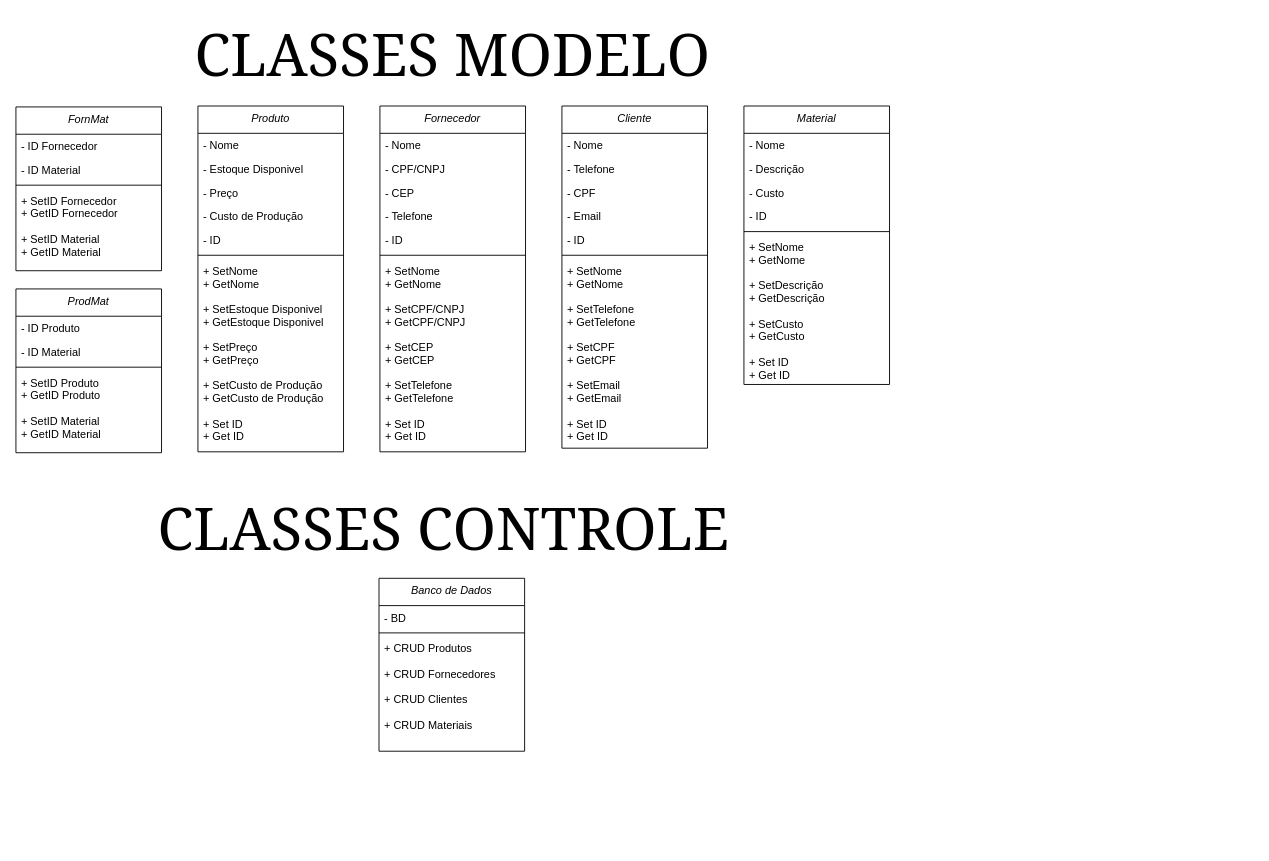
Above: DOC/classe.drawio in ArthurCostaVieiraSesi/trabalhoDS (draw.io), before the change. Source tidied: cells renumbered, new cells numbered last; positions are measured from the earlier drawing's top-left corner, leaving out a move shared by most shapes. Both pictures are drawn from the tidied source at 91%, with x=0, y=0 at pixel (15, 23).
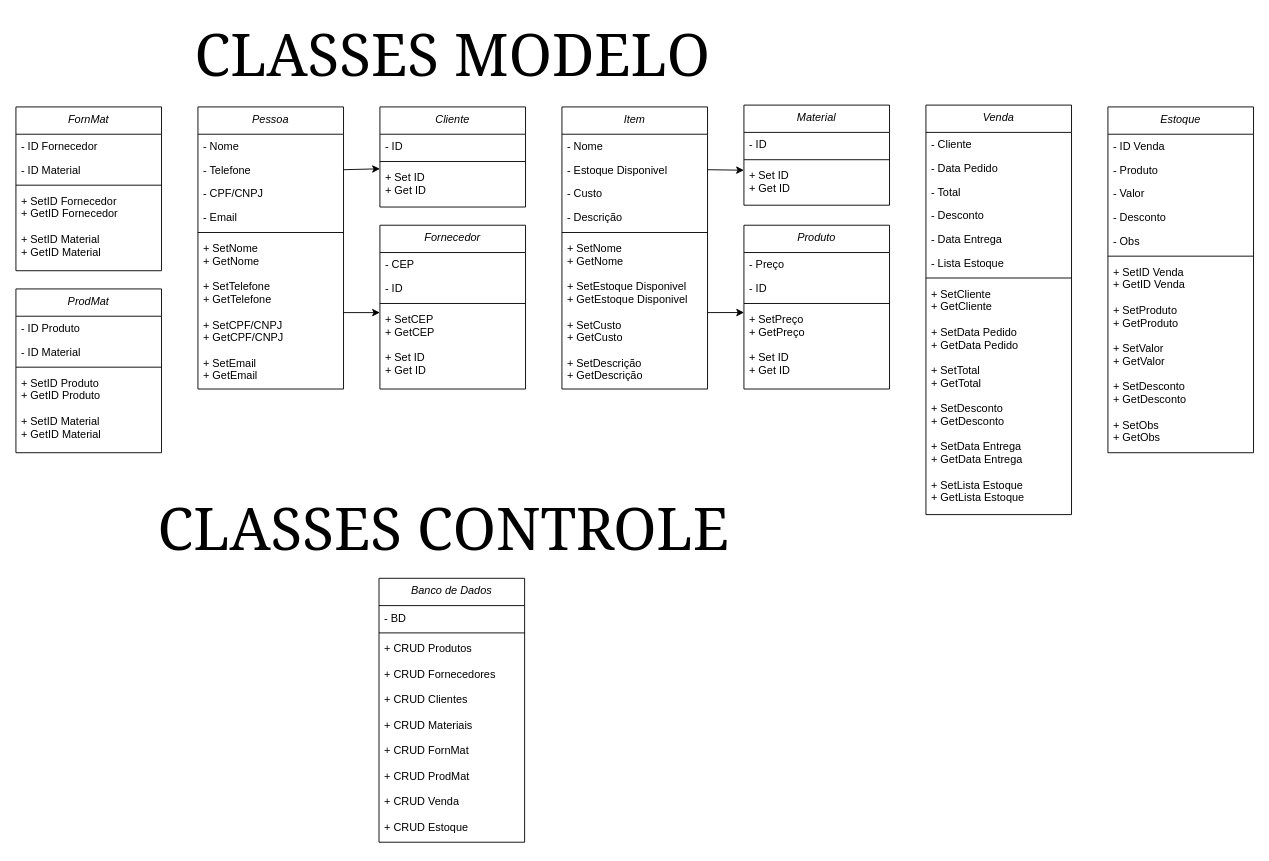
The same diagram, later.

Change to the diagram source:
```diff
@@
     <mxCell id="2" value="Cliente" style="swimlane;fontStyle=2;align=center;verticalAlign=top;horizontal=1;startSize=30;rounded=0;shadow=0;strokeWidth=1;" parent="1" vertex="1">
-      <mxGeometry x="600" y="91" width="160" height="376" as="geometry" />
+      <mxGeometry x="400" y="92" width="160" height="110" as="geometry" />
     </mxCell>
-    <mxCell id="3" value="- Nome" style="text;align=left;verticalAlign=top;spacingLeft=4;spacingRight=4;overflow=hidden;" parent="2" vertex="1">
-      <mxGeometry y="30" width="160" height="26" as="geometry" />
-    </mxCell>
-    <mxCell id="4" value="- Telefone" style="text;align=left;verticalAlign=top;spacingLeft=4;spacingRight=4;overflow=hidden;points=[[0,0.5],[1,0.5]];portConstraint=eastwest;rounded=0;shadow=0;html=0;" parent="2" vertex="1">
-      <mxGeometry y="56" width="160" height="26" as="geometry" />
-    </mxCell>
-    <mxCell id="5" value="- CPF" style="text;align=left;verticalAlign=top;spacingLeft=4;spacingRight=4;overflow=hidden;rounded=0;shadow=0;html=0;" parent="2" vertex="1">
-      <mxGeometry y="82" width="160" height="26" as="geometry" />
-    </mxCell>
-    <mxCell id="6" value="- Email" style="text;align=left;verticalAlign=top;spacingLeft=4;spacingRight=4;overflow=hidden;" parent="2" vertex="1">
-      <mxGeometry y="108" width="160" height="26" as="geometry" />
-    </mxCell>
     <mxCell id="7" value="- ID" style="text;align=left;verticalAlign=top;spacingLeft=4;spacingRight=4;overflow=hidden;" parent="2" vertex="1">
-      <mxGeometry y="134" width="160" height="26" as="geometry" />
+      <mxGeometry y="30" width="160" height="26" as="geometry" />
     </mxCell>
     <mxCell id="8" style="line;html=1;strokeWidth=1;align=left;verticalAlign=middle;spacingTop=-1;spacingLeft=3;spacingRight=3;labelPosition=right;" parent="2" vertex="1">
-      <mxGeometry y="160" width="160" height="8" as="geometry" />
+      <mxGeometry y="56" width="160" height="8" as="geometry" />
     </mxCell>
-    <mxCell id="9" value="+ SetNome&#10;+ GetNome&#10;&#10;+ SetTelefone&#10;+ GetTelefone&#10;&#10;+ SetCPF&#10;+ GetCPF&#10;&#10;+ SetEmail&#10;+ GetEmail&#10;&#10;+ Set ID&#10;+ Get ID&#10;" style="text;align=left;verticalAlign=top;spacingLeft=4;spacingRight=4;overflow=hidden;" parent="2" vertex="1">
-      <mxGeometry y="168" width="160" height="208" as="geometry" />
+    <mxCell id="9" value="+ Set ID&#10;+ Get ID&#10;" style="text;align=left;verticalAlign=top;spacingLeft=4;spacingRight=4;overflow=hidden;" parent="2" vertex="1">
+      <mxGeometry y="64" width="160" height="46" as="geometry" />
     </mxCell>
     <mxCell id="10" value="Material" style="swimlane;fontStyle=2;align=center;verticalAlign=top;horizontal=1;startSize=30;rounded=0;shadow=0;strokeWidth=1;" parent="1" vertex="1">
-      <mxGeometry x="800" y="91" width="160" height="306" as="geometry" />
+      <mxGeometry x="800" y="90" width="160" height="110" as="geometry" />
     </mxCell>
-    <mxCell id="11" value="- Nome" style="text;align=left;verticalAlign=top;spacingLeft=4;spacingRight=4;overflow=hidden;" parent="10" vertex="1">
-      <mxGeometry y="30" width="160" height="26" as="geometry" />
-    </mxCell>
-    <mxCell id="12" value="- Descrição" style="text;align=left;verticalAlign=top;spacingLeft=4;spacingRight=4;overflow=hidden;rounded=0;shadow=0;html=0;" parent="10" vertex="1">
-      <mxGeometry y="56" width="160" height="26" as="geometry" />
-    </mxCell>
-    <mxCell id="13" value="- Custo" style="text;align=left;verticalAlign=top;spacingLeft=4;spacingRight=4;overflow=hidden;rounded=0;shadow=0;html=0;" parent="10" vertex="1">
-      <mxGeometry y="82" width="160" height="26" as="geometry" />
-    </mxCell>
     <mxCell id="14" value="- ID" style="text;align=left;verticalAlign=top;spacingLeft=4;spacingRight=4;overflow=hidden;" parent="10" vertex="1">
-      <mxGeometry y="108" width="160" height="26" as="geometry" />
+      <mxGeometry y="30" width="160" height="26" as="geometry" />
     </mxCell>
     <mxCell id="15" style="line;html=1;strokeWidth=1;align=left;verticalAlign=middle;spacingTop=-1;spacingLeft=3;spacingRight=3;labelPosition=right;" parent="10" vertex="1">
-      <mxGeometry y="134" width="160" height="8" as="geometry" />
+      <mxGeometry y="56" width="160" height="8" as="geometry" />
     </mxCell>
-    <mxCell id="16" value="+ SetNome&#10;+ GetNome&#10;&#10;+ SetDescrição&#10;+ GetDescrição&#10;&#10;+ SetCusto&#10;+ GetCusto&#10;&#10;+ Set ID&#10;+ Get ID&#10;" style="text;align=left;verticalAlign=top;spacingLeft=4;spacingRight=4;overflow=hidden;points=[[0,0.5],[1,0.5]];portConstraint=eastwest;" parent="10" vertex="1">
-      <mxGeometry y="142" width="160" height="164" as="geometry" />
+    <mxCell id="16" value="+ Set ID&#10;+ Get ID&#10;" style="text;align=left;verticalAlign=top;spacingLeft=4;spacingRight=4;overflow=hidden;points=[[0,0.5],[1,0.5]];portConstraint=eastwest;" parent="10" vertex="1">
+      <mxGeometry y="64" width="160" height="46" as="geometry" />
     </mxCell>
     <mxCell id="17" value="Fornecedor" style="swimlane;fontStyle=2;align=center;verticalAlign=top;horizontal=1;startSize=30;rounded=0;shadow=0;strokeWidth=1;" parent="1" vertex="1">
-      <mxGeometry x="400" y="91" width="160" height="380" as="geometry" />
+      <mxGeometry x="400" y="222" width="160" height="180" as="geometry" />
     </mxCell>
-    <mxCell id="18" value="- Nome" style="text;align=left;verticalAlign=top;spacingLeft=4;spacingRight=4;overflow=hidden;" parent="17" vertex="1">
-      <mxGeometry y="30" width="160" height="26" as="geometry" />
-    </mxCell>
-    <mxCell id="19" value="- CPF/CNPJ" style="text;align=left;verticalAlign=top;spacingLeft=4;spacingRight=4;overflow=hidden;rounded=0;shadow=0;html=0;" parent="17" vertex="1">
-      <mxGeometry y="56" width="160" height="26" as="geometry" />
-    </mxCell>
     <mxCell id="20" value="- CEP" style="text;align=left;verticalAlign=top;spacingLeft=4;spacingRight=4;overflow=hidden;rounded=0;shadow=0;html=0;" parent="17" vertex="1">
-      <mxGeometry y="82" width="160" height="26" as="geometry" />
+      <mxGeometry y="30" width="160" height="26" as="geometry" />
     </mxCell>
-    <mxCell id="21" value="- Telefone" style="text;align=left;verticalAlign=top;spacingLeft=4;spacingRight=4;overflow=hidden;" parent="17" vertex="1">
-      <mxGeometry y="108" width="160" height="26" as="geometry" />
-    </mxCell>
     <mxCell id="22" value="- ID" style="text;align=left;verticalAlign=top;spacingLeft=4;spacingRight=4;overflow=hidden;" parent="17" vertex="1">
-      <mxGeometry y="134" width="160" height="26" as="geometry" />
+      <mxGeometry y="56" width="160" height="26" as="geometry" />
     </mxCell>
     <mxCell id="23" style="line;html=1;strokeWidth=1;align=left;verticalAlign=middle;spacingTop=-1;spacingLeft=3;spacingRight=3;labelPosition=right;" parent="17" vertex="1">
-      <mxGeometry y="160" width="160" height="8" as="geometry" />
+      <mxGeometry y="82" width="160" height="8" as="geometry" />
     </mxCell>
-    <mxCell id="24" value="+ SetNome&#10;+ GetNome&#10;&#10;+ SetCPF/CNPJ&#10;+ GetCPF/CNPJ&#10;&#10;+ SetCEP&#10;+ GetCEP&#10;&#10;+ SetTelefone&#10;+ GetTelefone&#10;&#10;+ Set ID&#10;+ Get ID&#10;" style="text;align=left;verticalAlign=top;spacingLeft=4;spacingRight=4;overflow=hidden;points=[[0,0.5],[1,0.5]];portConstraint=eastwest;" parent="17" vertex="1">
-      <mxGeometry y="168" width="160" height="212" as="geometry" />
+    <mxCell id="24" value="+ SetCEP&#10;+ GetCEP&#10;&#10;+ Set ID&#10;+ Get ID&#10;" style="text;align=left;verticalAlign=top;spacingLeft=4;spacingRight=4;overflow=hidden;points=[[0,0.5],[1,0.5]];portConstraint=eastwest;" parent="17" vertex="1">
+      <mxGeometry y="90" width="160" height="90" as="geometry" />
     </mxCell>
     <mxCell id="25" value="Produto" style="swimlane;fontStyle=2;align=center;verticalAlign=top;horizontal=1;startSize=30;rounded=0;shadow=0;strokeWidth=1;" parent="1" vertex="1">
-      <mxGeometry x="200" y="91" width="160" height="380" as="geometry" />
+      <mxGeometry x="800" y="222" width="160" height="180" as="geometry" />
     </mxCell>
-    <mxCell id="26" value="- Nome" style="text;align=left;verticalAlign=top;spacingLeft=4;spacingRight=4;overflow=hidden;" parent="25" vertex="1">
-      <mxGeometry y="30" width="160" height="26" as="geometry" />
-    </mxCell>
-    <mxCell id="27" value="- Estoque Disponivel" style="text;align=left;verticalAlign=top;spacingLeft=4;spacingRight=4;overflow=hidden;points=[[0,0.5],[1,0.5]];portConstraint=eastwest;rounded=0;shadow=0;html=0;" parent="25" vertex="1">
-      <mxGeometry y="56" width="160" height="26" as="geometry" />
-    </mxCell>
     <mxCell id="28" value="- Preço" style="text;align=left;verticalAlign=top;spacingLeft=4;spacingRight=4;overflow=hidden;rounded=0;shadow=0;html=0;" parent="25" vertex="1">
-      <mxGeometry y="82" width="160" height="26" as="geometry" />
+      <mxGeometry y="30" width="160" height="26" as="geometry" />
     </mxCell>
-    <mxCell id="29" value="- Custo de Produção" style="text;align=left;verticalAlign=top;spacingLeft=4;spacingRight=4;overflow=hidden;" parent="25" vertex="1">
-      <mxGeometry y="108" width="160" height="26" as="geometry" />
-    </mxCell>
     <mxCell id="30" value="- ID" style="text;align=left;verticalAlign=top;spacingLeft=4;spacingRight=4;overflow=hidden;" parent="25" vertex="1">
-      <mxGeometry y="134" width="160" height="26" as="geometry" />
+      <mxGeometry y="56" width="160" height="26" as="geometry" />
     </mxCell>
     <mxCell id="31" style="line;html=1;strokeWidth=1;align=left;verticalAlign=middle;spacingTop=-1;spacingLeft=3;spacingRight=3;labelPosition=right;" parent="25" vertex="1">
-      <mxGeometry y="160" width="160" height="8" as="geometry" />
+      <mxGeometry y="82" width="160" height="8" as="geometry" />
     </mxCell>
-    <mxCell id="32" value="+ SetNome&#10;+ GetNome&#10;&#10;+ SetEstoque Disponivel&#10;+ GetEstoque Disponivel&#10;&#10;+ SetPreço&#10;+ GetPreço&#10;&#10;+ SetCusto de Produção&#10;+ GetCusto de Produção&#10;&#10;+ Set ID&#10;+ Get ID" style="text;align=left;verticalAlign=top;spacingLeft=4;spacingRight=4;overflow=hidden;points=[[0,0.5],[1,0.5]];portConstraint=eastwest;" parent="25" vertex="1">
-      <mxGeometry y="168" width="160" height="212" as="geometry" />
+    <mxCell id="32" value="+ SetPreço&#10;+ GetPreço&#10;&#10;+ Set ID&#10;+ Get ID" style="text;align=left;verticalAlign=top;spacingLeft=4;spacingRight=4;overflow=hidden;points=[[0,0.5],[1,0.5]];portConstraint=eastwest;" parent="25" vertex="1">
+      <mxGeometry y="90" width="160" height="90" as="geometry" />
     </mxCell>
@@
     <mxCell id="45" value="Banco de Dados" style="swimlane;fontStyle=2;align=center;verticalAlign=top;horizontal=1;startSize=30;rounded=0;shadow=0;strokeWidth=1;" parent="1" vertex="1">
-      <mxGeometry x="399" y="610" width="160" height="190" as="geometry" />
+      <mxGeometry x="399" y="610" width="160" height="290" as="geometry" />
     </mxCell>
@@
-    <mxCell id="48" value="+ CRUD Produtos&#10;&#10;+ CRUD Fornecedores&#10;&#10;+ CRUD Clientes&#10;&#10;+ CRUD Materiais" style="text;align=left;verticalAlign=top;spacingLeft=4;spacingRight=4;overflow=hidden;" parent="45" vertex="1">
-      <mxGeometry y="64" width="160" height="116" as="geometry" />
+    <mxCell id="48" value="+ CRUD Produtos&#10;&#10;+ CRUD Fornecedores&#10;&#10;+ CRUD Clientes&#10;&#10;+ CRUD Materiais&#10;&#10;+ CRUD FornMat&#10;&#10;+ CRUD ProdMat&#10;&#10;+ CRUD Venda&#10;&#10;+ CRUD Estoque" style="text;align=left;verticalAlign=top;spacingLeft=4;spacingRight=4;overflow=hidden;" parent="45" vertex="1">
+      <mxGeometry y="64" width="160" height="226" as="geometry" />
     </mxCell>
+    <mxCell id="49" value="Pessoa" style="swimlane;fontStyle=2;align=center;verticalAlign=top;horizontal=1;startSize=30;rounded=0;shadow=0;strokeWidth=1;" parent="1" vertex="1">
+      <mxGeometry x="200" y="92" width="160" height="310" as="geometry" />
+    </mxCell>
+    <mxCell id="50" value="- Nome" style="text;align=left;verticalAlign=top;spacingLeft=4;spacingRight=4;overflow=hidden;" parent="49" vertex="1">
+      <mxGeometry y="30" width="160" height="26" as="geometry" />
+    </mxCell>
+    <mxCell id="4" value="- Telefone" style="text;align=left;verticalAlign=top;spacingLeft=4;spacingRight=4;overflow=hidden;points=[[0,0.5],[1,0.5]];portConstraint=eastwest;rounded=0;shadow=0;html=0;" parent="49" vertex="1">
+      <mxGeometry y="56" width="160" height="26" as="geometry" />
+    </mxCell>
+    <mxCell id="19" value="- CPF/CNPJ" style="text;align=left;verticalAlign=top;spacingLeft=4;spacingRight=4;overflow=hidden;rounded=0;shadow=0;html=0;" parent="49" vertex="1">
+      <mxGeometry y="82" width="160" height="26" as="geometry" />
+    </mxCell>
+    <mxCell id="6" value="- Email" style="text;align=left;verticalAlign=top;spacingLeft=4;spacingRight=4;overflow=hidden;" parent="49" vertex="1">
+      <mxGeometry y="108" width="160" height="26" as="geometry" />
+    </mxCell>
+    <mxCell id="51" style="line;html=1;strokeWidth=1;align=left;verticalAlign=middle;spacingTop=-1;spacingLeft=3;spacingRight=3;labelPosition=right;" parent="49" vertex="1">
+      <mxGeometry y="134" width="160" height="8" as="geometry" />
+    </mxCell>
+    <mxCell id="52" value="+ SetNome&#10;+ GetNome&#10;&#10;+ SetTelefone&#10;+ GetTelefone&#10;&#10;+ SetCPF/CNPJ&#10;+ GetCPF/CNPJ&#10;&#10;+ SetEmail&#10;+ GetEmail&#10;&#10;" style="text;align=left;verticalAlign=top;spacingLeft=4;spacingRight=4;overflow=hidden;points=[[0,0.5],[1,0.5]];portConstraint=eastwest;" parent="49" vertex="1">
+      <mxGeometry y="142" width="160" height="168" as="geometry" />
+    </mxCell>
+    <mxCell id="53" style="endArrow=classic;html=1;rounded=0;exitX=1;exitY=0.5;exitDx=0;exitDy=0;entryX=0;entryY=0.067;entryDx=0;entryDy=0;entryPerimeter=0;" parent="1" edge="1" source="52" target="24">
+      <mxGeometry relative="1" as="geometry" />
+    </mxCell>
+    <mxCell id="54" style="endArrow=classic;html=1;rounded=0;exitX=1;exitY=0.5;exitDx=0;exitDy=0;" parent="1" edge="1" source="4">
+      <mxGeometry relative="1" as="geometry">
+        <mxPoint x="400" y="160" as="targetPoint" />
+      </mxGeometry>
+    </mxCell>
+    <mxCell id="55" value="Item" style="swimlane;fontStyle=2;align=center;verticalAlign=top;horizontal=1;startSize=30;rounded=0;shadow=0;strokeWidth=1;" parent="1" vertex="1">
+      <mxGeometry x="600" y="92" width="160" height="310" as="geometry" />
+    </mxCell>
+    <mxCell id="56" value="- Nome" style="text;align=left;verticalAlign=top;spacingLeft=4;spacingRight=4;overflow=hidden;" parent="55" vertex="1">
+      <mxGeometry y="30" width="160" height="26" as="geometry" />
+    </mxCell>
+    <mxCell id="27" value="- Estoque Disponivel" style="text;align=left;verticalAlign=top;spacingLeft=4;spacingRight=4;overflow=hidden;points=[[0,0.5],[1,0.5]];portConstraint=eastwest;rounded=0;shadow=0;html=0;" parent="55" vertex="1">
+      <mxGeometry y="56" width="160" height="26" as="geometry" />
+    </mxCell>
+    <mxCell id="13" value="- Custo" style="text;align=left;verticalAlign=top;spacingLeft=4;spacingRight=4;overflow=hidden;" parent="55" vertex="1">
+      <mxGeometry y="82" width="160" height="26" as="geometry" />
+    </mxCell>
+    <mxCell id="12" value="- Descrição" style="text;align=left;verticalAlign=top;spacingLeft=4;spacingRight=4;overflow=hidden;" parent="55" vertex="1">
+      <mxGeometry y="108" width="160" height="26" as="geometry" />
+    </mxCell>
+    <mxCell id="57" style="line;html=1;strokeWidth=1;align=left;verticalAlign=middle;spacingTop=-1;spacingLeft=3;spacingRight=3;labelPosition=right;" parent="55" vertex="1">
+      <mxGeometry y="134" width="160" height="8" as="geometry" />
+    </mxCell>
+    <mxCell id="58" value="+ SetNome&#10;+ GetNome&#10;&#10;+ SetEstoque Disponivel&#10;+ GetEstoque Disponivel&#10;&#10;+ SetCusto&#10;+ GetCusto&#10;&#10;+ SetDescrição&#10;+ GetDescrição" style="text;align=left;verticalAlign=top;spacingLeft=4;spacingRight=4;overflow=hidden;points=[[0,0.5],[1,0.5]];portConstraint=eastwest;" parent="55" vertex="1">
+      <mxGeometry y="142" width="160" height="168" as="geometry" />
+    </mxCell>
+    <mxCell id="59" style="endArrow=classic;html=1;rounded=0;exitX=1;exitY=0.5;exitDx=0;exitDy=0;entryX=0.001;entryY=0.066;entryDx=0;entryDy=0;entryPerimeter=0;" parent="1" edge="1" source="58" target="32">
+      <mxGeometry relative="1" as="geometry" />
+    </mxCell>
+    <mxCell id="60" style="endArrow=classic;html=1;rounded=0;exitX=1;exitY=0.5;exitDx=0;exitDy=0;entryX=0;entryY=0.164;entryDx=0;entryDy=0;entryPerimeter=0;" parent="1" edge="1" source="27" target="16">
+      <mxGeometry relative="1" as="geometry" />
+    </mxCell>
+    <mxCell id="61" value="Venda" style="swimlane;fontStyle=2;align=center;verticalAlign=top;horizontal=1;startSize=30;rounded=0;shadow=0;strokeWidth=1;" parent="1" vertex="1">
+      <mxGeometry x="1000" y="90" width="160" height="450" as="geometry" />
+    </mxCell>
+    <mxCell id="62" value="- Cliente" style="text;align=left;verticalAlign=top;spacingLeft=4;spacingRight=4;overflow=hidden;" parent="61" vertex="1">
+      <mxGeometry y="30" width="160" height="26" as="geometry" />
+    </mxCell>
+    <mxCell id="63" value="- Data Pedido" style="text;align=left;verticalAlign=top;spacingLeft=4;spacingRight=4;overflow=hidden;rounded=0;shadow=0;html=0;" parent="61" vertex="1">
+      <mxGeometry y="56" width="160" height="26" as="geometry" />
+    </mxCell>
+    <mxCell id="64" value="- Total" style="text;align=left;verticalAlign=top;spacingLeft=4;spacingRight=4;overflow=hidden;" parent="61" vertex="1">
+      <mxGeometry y="82" width="160" height="26" as="geometry" />
+    </mxCell>
+    <mxCell id="65" value="- Desconto" style="text;align=left;verticalAlign=top;spacingLeft=4;spacingRight=4;overflow=hidden;" parent="61" vertex="1">
+      <mxGeometry y="108" width="160" height="26" as="geometry" />
+    </mxCell>
+    <mxCell id="66" value="- Data Entrega" style="text;align=left;verticalAlign=top;spacingLeft=4;spacingRight=4;overflow=hidden;" parent="61" vertex="1">
+      <mxGeometry y="134" width="160" height="26" as="geometry" />
+    </mxCell>
+    <mxCell id="67" value="- Lista Estoque" style="text;align=left;verticalAlign=top;spacingLeft=4;spacingRight=4;overflow=hidden;" parent="61" vertex="1">
+      <mxGeometry y="160" width="160" height="26" as="geometry" />
+    </mxCell>
+    <mxCell id="68" style="line;html=1;strokeWidth=1;align=left;verticalAlign=middle;spacingTop=-1;spacingLeft=3;spacingRight=3;labelPosition=right;" parent="61" vertex="1">
+      <mxGeometry y="186" width="160" height="8" as="geometry" />
+    </mxCell>
+    <mxCell id="69" value="+ SetCliente&#10;+ GetCliente&#10;&#10;+ SetData Pedido&#10;+ GetData Pedido&#10;&#10;+ SetTotal&#10;+ GetTotal&#10;&#10;+ SetDesconto&#10;+ GetDesconto&#10;&#10;+ SetData Entrega&#10;+ GetData Entrega&#10;&#10;+ SetLista Estoque&#10;+ GetLista Estoque" style="text;align=left;verticalAlign=top;spacingLeft=4;spacingRight=4;overflow=hidden;" parent="61" vertex="1">
+      <mxGeometry y="194" width="160" height="256" as="geometry" />
+    </mxCell>
+    <mxCell id="70" value="Estoque" style="swimlane;fontStyle=2;align=center;verticalAlign=top;horizontal=1;startSize=30;rounded=0;shadow=0;strokeWidth=1;" parent="1" vertex="1">
+      <mxGeometry x="1200" y="92" width="160" height="380" as="geometry" />
+    </mxCell>
+    <mxCell id="71" value="- ID Venda" style="text;align=left;verticalAlign=top;spacingLeft=4;spacingRight=4;overflow=hidden;" parent="70" vertex="1">
+      <mxGeometry y="30" width="160" height="26" as="geometry" />
+    </mxCell>
+    <mxCell id="72" value="- Produto" style="text;align=left;verticalAlign=top;spacingLeft=4;spacingRight=4;overflow=hidden;rounded=0;shadow=0;html=0;" parent="70" vertex="1">
+      <mxGeometry y="56" width="160" height="26" as="geometry" />
+    </mxCell>
+    <mxCell id="73" value="- Valor" style="text;align=left;verticalAlign=top;spacingLeft=4;spacingRight=4;overflow=hidden;" parent="70" vertex="1">
+      <mxGeometry y="82" width="160" height="26" as="geometry" />
+    </mxCell>
+    <mxCell id="74" value="- Desconto" style="text;align=left;verticalAlign=top;spacingLeft=4;spacingRight=4;overflow=hidden;" parent="70" vertex="1">
+      <mxGeometry y="108" width="160" height="26" as="geometry" />
+    </mxCell>
+    <mxCell id="75" value="- Obs" style="text;align=left;verticalAlign=top;spacingLeft=4;spacingRight=4;overflow=hidden;" parent="70" vertex="1">
+      <mxGeometry y="134" width="160" height="26" as="geometry" />
+    </mxCell>
+    <mxCell id="76" style="line;html=1;strokeWidth=1;align=left;verticalAlign=middle;spacingTop=-1;spacingLeft=3;spacingRight=3;labelPosition=right;" parent="70" vertex="1">
+      <mxGeometry y="160" width="160" height="8" as="geometry" />
+    </mxCell>
+    <mxCell id="77" value="+ SetID Venda&#10;+ GetID Venda&#10;&#10;+ SetProduto&#10;+ GetProduto&#10;&#10;+ SetValor&#10;+ GetValor&#10;&#10;+ SetDesconto&#10;+ GetDesconto&#10;&#10;+ SetObs&#10;+ GetObs" style="text;align=left;verticalAlign=top;spacingLeft=4;spacingRight=4;overflow=hidden;" parent="70" vertex="1">
+      <mxGeometry y="168" width="160" height="212" as="geometry" />
+    </mxCell>
```
